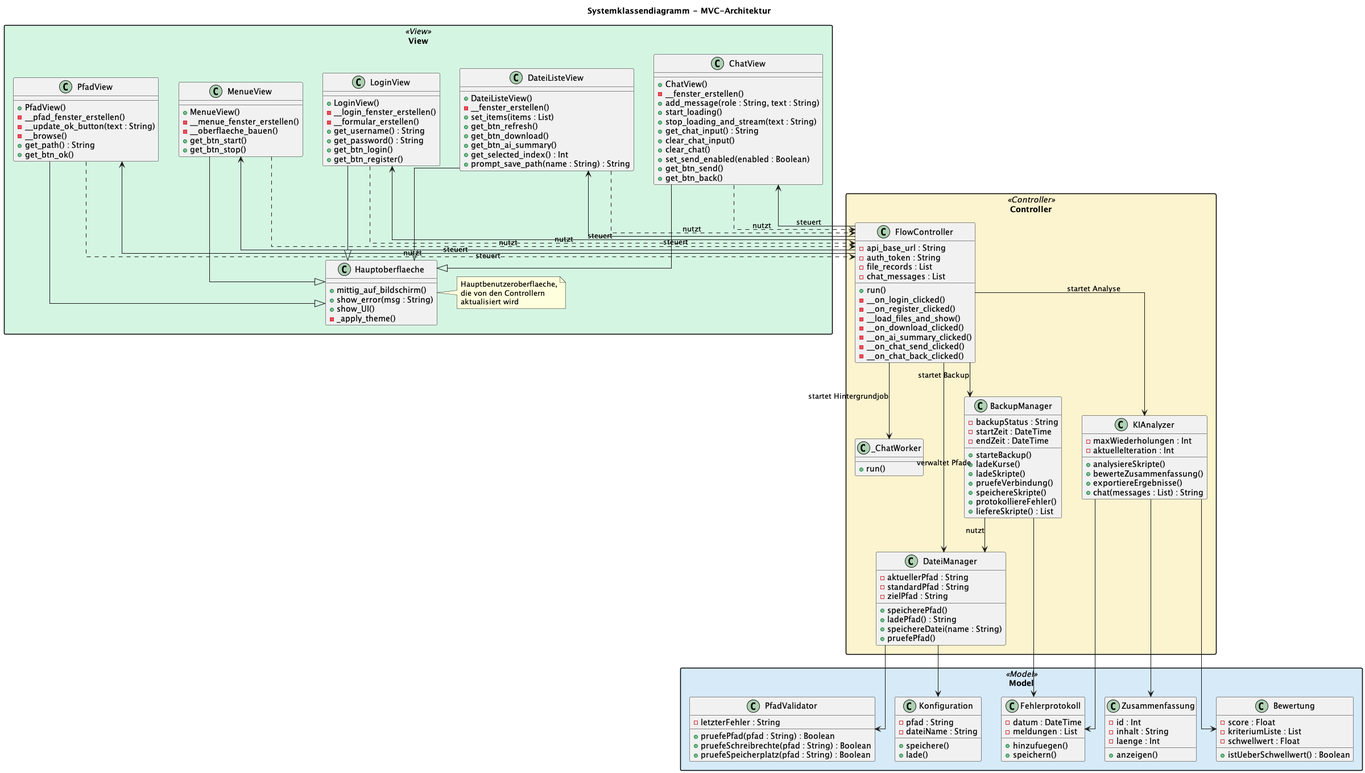
This is out/mvc/mvc.png from Warlockbarky/swe_dhbw, a PlantUML export, as it was before one commit.
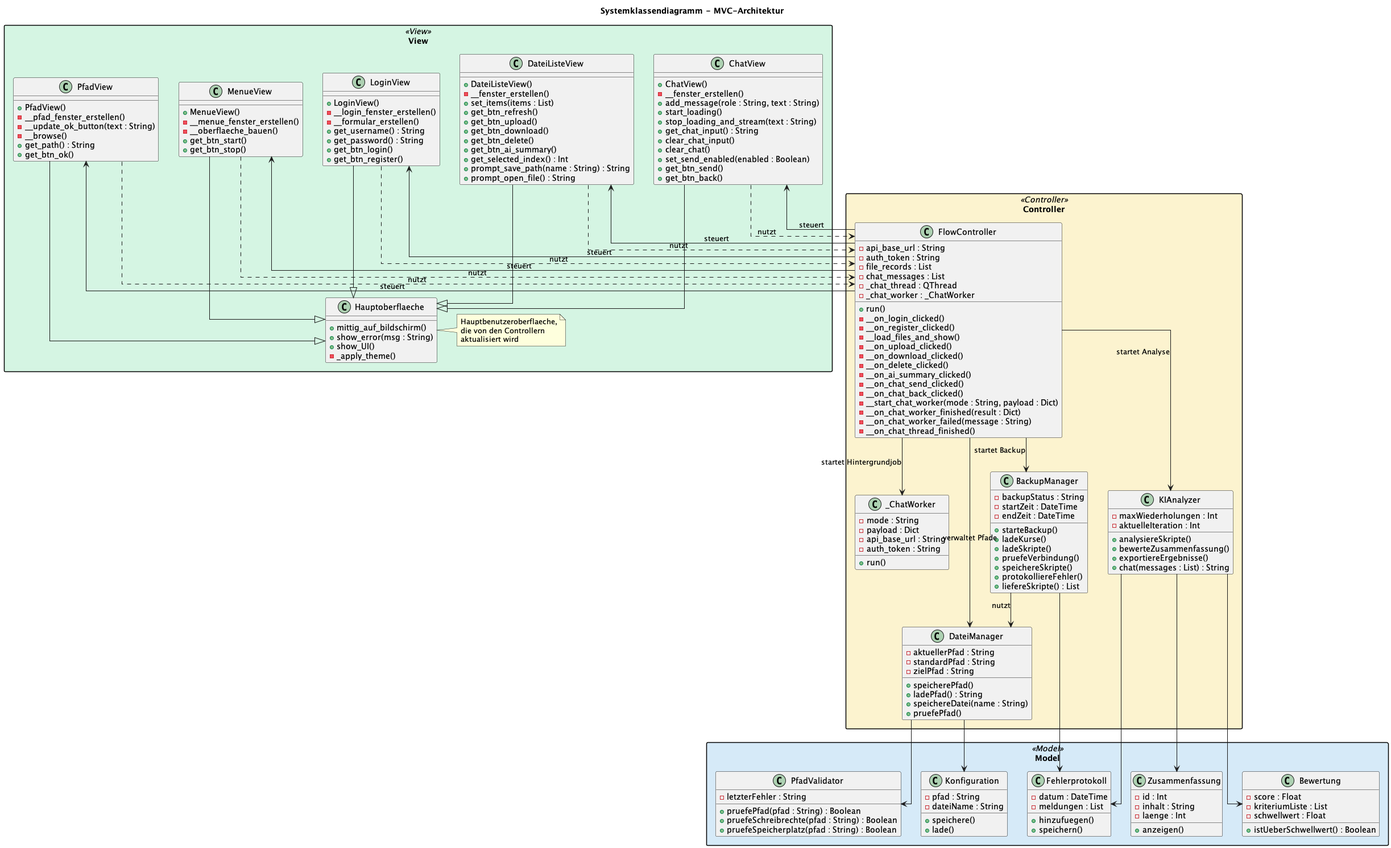
The same file after the commit.

Commit message:
Enhance MVC diagram by adding upload and delete functionality to DateiListeView; update Controller and ChatWorker classes for new actions

Diff of the diagram source:
```diff
@@ -29,10 +29,13 @@
         - __fenster_erstellen()
         + set_items(items : List)
         + get_btn_refresh()
+        + get_btn_upload()
         + get_btn_download()
+        + get_btn_delete()
         + get_btn_ai_summary()
         + get_selected_index() : Int
         + prompt_save_path(name : String) : String
+        + prompt_open_file() : String
     }
 
     class ChatView {
@@ -86,17 +89,29 @@
         - auth_token : String
         - file_records : List
         - chat_messages : List
+        - _chat_thread : QThread
+        - _chat_worker : _ChatWorker
         + run()
         - __on_login_clicked()
         - __on_register_clicked()
         - __load_files_and_show()
+        - __on_upload_clicked()
         - __on_download_clicked()
+        - __on_delete_clicked()
         - __on_ai_summary_clicked()
         - __on_chat_send_clicked()
         - __on_chat_back_clicked()
+        - __start_chat_worker(mode : String, payload : Dict)
+        - __on_chat_worker_finished(result : Dict)
+        - __on_chat_worker_failed(message : String)
+        - __on_chat_thread_finished()
     }
 
     class _ChatWorker {
+        - mode : String
+        - payload : Dict
+        - api_base_url : String
+        - auth_token : String
         + run()
     }
 
```
